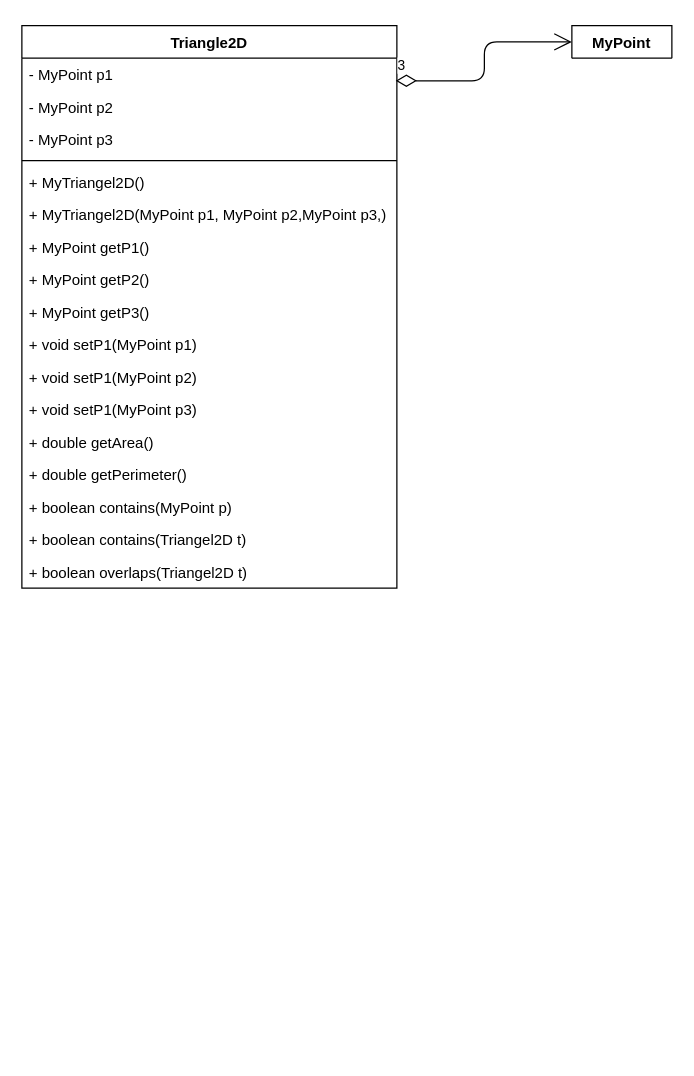
This is ch10/Triangle2D.drawio from whyhardpickname/introJava10e, a draw.io file, before an edit. Source tidied: cells renumbered, new cells numbered last; positions are measured from the earlier drawing's top-left corner, leaving out a move shared by most shapes. Both pictures are drawn from the tidied source at 125%, with x=0, y=0 at pixel (21, 25).
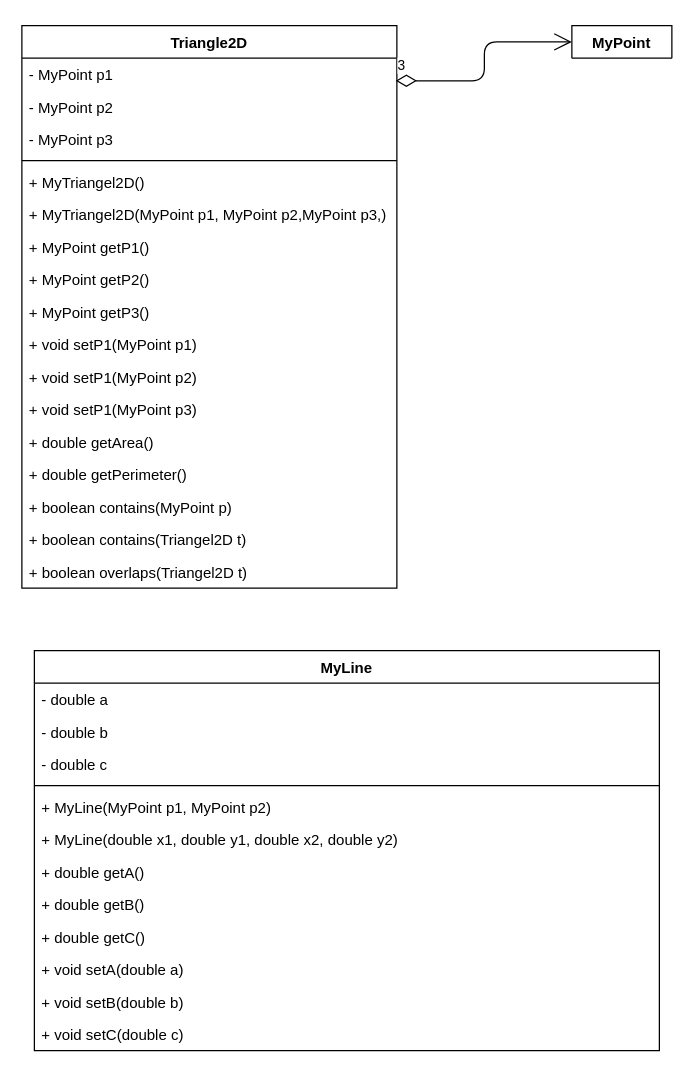
The same page after the edit.

Commit message (it also covers changes not shown here):
Triangle2D class todo

Diff of the diagram source:
```diff
@@
+    <mxCell id="22" value="MyLine" style="swimlane;fontStyle=1;align=center;verticalAlign=top;horizontal=1;startSize=26;" parent="1" vertex="1">
+      <mxGeometry x="10" y="500" width="500" height="320" as="geometry" />
+    </mxCell>
+    <mxCell id="23" value="- double a" style="text;strokeColor=none;fillColor=none;align=left;verticalAlign=top;spacingLeft=4;spacingRight=4;overflow=hidden;" parent="22" vertex="1">
+      <mxGeometry y="26" width="500" height="26" as="geometry" />
+    </mxCell>
+    <mxCell id="24" value="- double b" style="text;strokeColor=none;fillColor=none;align=left;verticalAlign=top;spacingLeft=4;spacingRight=4;overflow=hidden;" parent="22" vertex="1">
+      <mxGeometry y="52" width="500" height="26" as="geometry" />
+    </mxCell>
+    <mxCell id="25" value="- double c" style="text;strokeColor=none;fillColor=none;align=left;verticalAlign=top;spacingLeft=4;spacingRight=4;overflow=hidden;" parent="22" vertex="1">
+      <mxGeometry y="78" width="500" height="26" as="geometry" />
+    </mxCell>
+    <mxCell id="26" style="line;strokeWidth=1;fillColor=none;align=left;verticalAlign=middle;spacingTop=-1;spacingLeft=3;spacingRight=3;labelPosition=right;" parent="22" vertex="1">
+      <mxGeometry y="104" width="500" height="8" as="geometry" />
+    </mxCell>
+    <mxCell id="27" value="+ MyLine(MyPoint p1, MyPoint p2)" style="text;strokeColor=none;fillColor=none;align=left;verticalAlign=top;spacingLeft=4;spacingRight=4;overflow=hidden;" parent="22" vertex="1">
+      <mxGeometry y="112" width="500" height="26" as="geometry" />
+    </mxCell>
+    <mxCell id="28" value="+ MyLine(double x1, double y1, double x2, double y2)" style="text;strokeColor=none;fillColor=none;align=left;verticalAlign=top;spacingLeft=4;spacingRight=4;overflow=hidden;" parent="22" vertex="1">
+      <mxGeometry y="138" width="500" height="26" as="geometry" />
+    </mxCell>
+    <mxCell id="29" value="+ double getA()" style="text;strokeColor=none;fillColor=none;align=left;verticalAlign=top;spacingLeft=4;spacingRight=4;overflow=hidden;" parent="22" vertex="1">
+      <mxGeometry y="164" width="500" height="26" as="geometry" />
+    </mxCell>
+    <mxCell id="30" value="+ double getB()" style="text;strokeColor=none;fillColor=none;align=left;verticalAlign=top;spacingLeft=4;spacingRight=4;overflow=hidden;" parent="22" vertex="1">
+      <mxGeometry y="190" width="500" height="26" as="geometry" />
+    </mxCell>
+    <mxCell id="31" value="+ double getC()" style="text;strokeColor=none;fillColor=none;align=left;verticalAlign=top;spacingLeft=4;spacingRight=4;overflow=hidden;" parent="22" vertex="1">
+      <mxGeometry y="216" width="500" height="26" as="geometry" />
+    </mxCell>
+    <mxCell id="32" value="+ void setA(double a)" style="text;strokeColor=none;fillColor=none;align=left;verticalAlign=top;spacingLeft=4;spacingRight=4;overflow=hidden;" parent="22" vertex="1">
+      <mxGeometry y="242" width="500" height="26" as="geometry" />
+    </mxCell>
+    <mxCell id="33" value="+ void setB(double b)" style="text;strokeColor=none;fillColor=none;align=left;verticalAlign=top;spacingLeft=4;spacingRight=4;overflow=hidden;" parent="22" vertex="1">
+      <mxGeometry y="268" width="500" height="26" as="geometry" />
+    </mxCell>
+    <mxCell id="34" value="+ void setC(double c)" style="text;strokeColor=none;fillColor=none;align=left;verticalAlign=top;spacingLeft=4;spacingRight=4;overflow=hidden;" parent="22" vertex="1">
+      <mxGeometry y="294" width="500" height="26" as="geometry" />
+    </mxCell>
```
